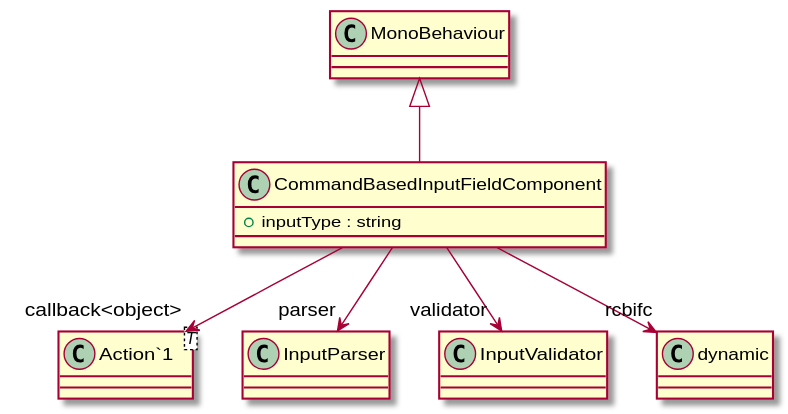
streepje8/ToolDev2023 keeps this PlantUML diagram as UML/CommandBasedComponents/SupportingScripts/CommandBasedInputFieldComponent.svg. Above is the earlier version.
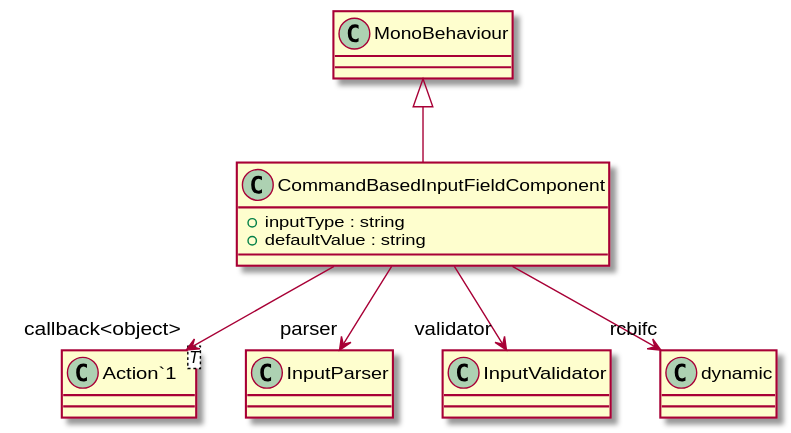
Above is the later version.

The edit, as a diff of the source:
```diff
@@ -1,6 +1,7 @@
 @startuml
 class CommandBasedInputFieldComponent {
     + inputType : string
+    + defaultValue : string
 }
 class "Action`1"<T> {
 }
```
